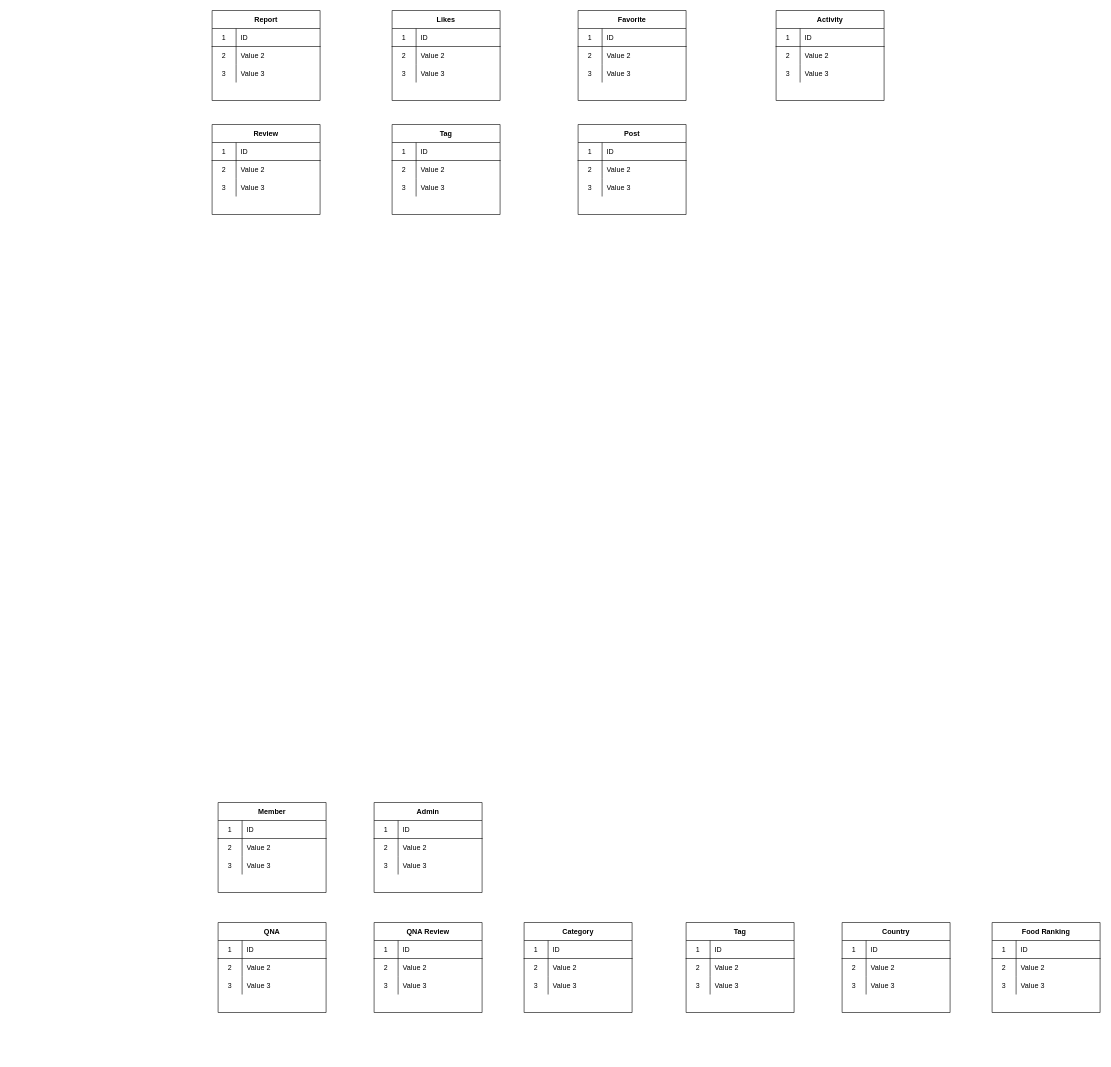
The draw.io diagram Untitled Diagram.drawio in donghyeon0725/whatShouldIEatToday, before the edit. Source tidied: cells renumbered, new cells numbered last; positions are measured from the earlier drawing's top-left corner, leaving out a move shared by most shapes. Both pictures are drawn from the tidied source at 60%, with x=0, y=0 at pixel (212, 10).
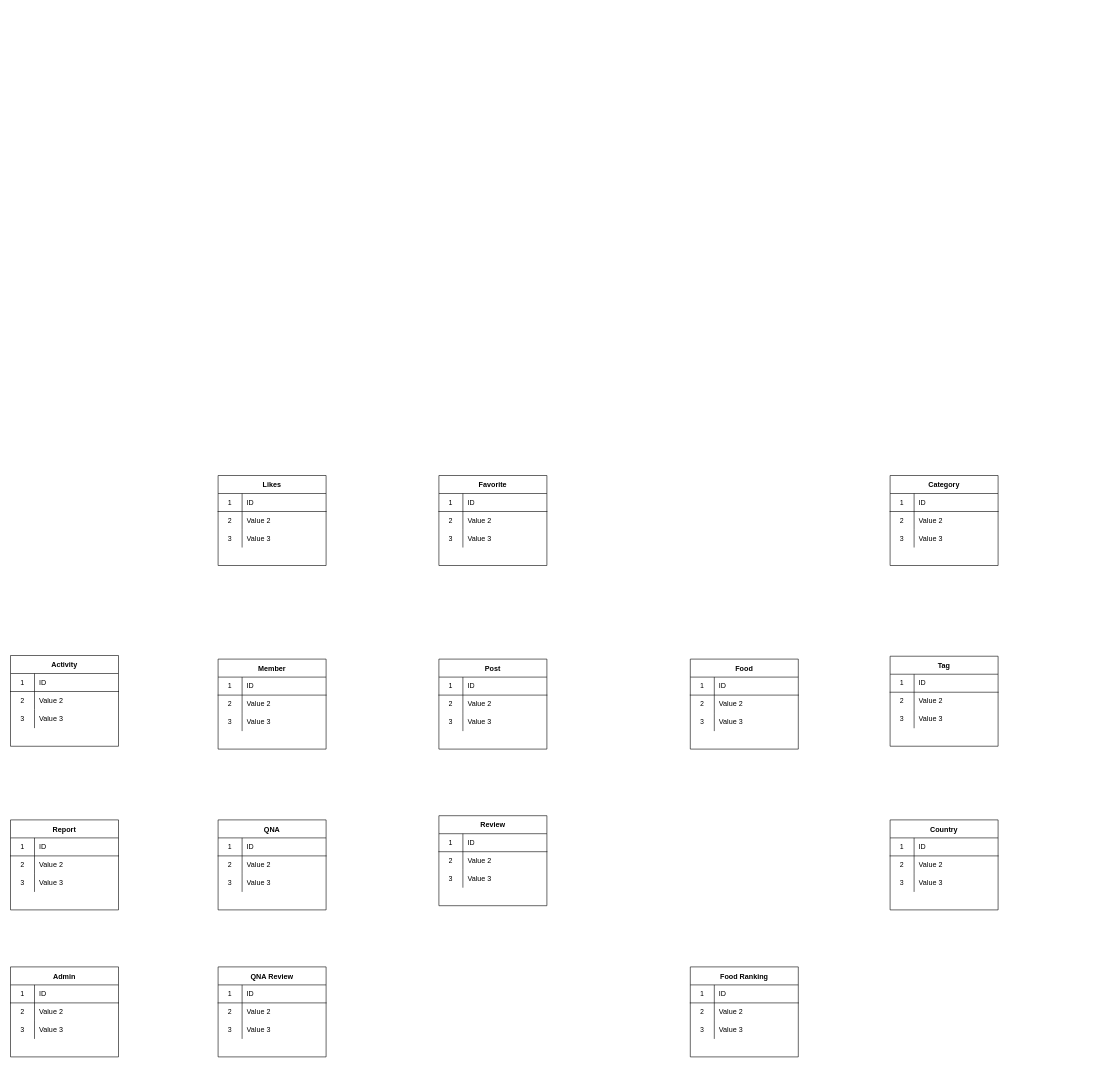
Above is the later version.

What changed in the source:
```diff
@@
     <mxCell id="2" value="Member" style="shape=table;startSize=30;childLayout=tableLayout;rowLines=0;fontStyle=1;align=center;" parent="1" vertex="1">
-      <mxGeometry x="10" y="1320" width="180" height="150" as="geometry" />
+      <mxGeometry x="10" y="1081" width="180" height="150" as="geometry" />
     </mxCell>
@@
     <mxCell id="12" value="Admin" style="shape=table;startSize=30;childLayout=tableLayout;rowLines=0;fontStyle=1;align=center;" parent="1" vertex="1">
-      <mxGeometry x="270" y="1320" width="180" height="150" as="geometry" />
+      <mxGeometry x="-336" y="1594" width="180" height="150" as="geometry" />
     </mxCell>
@@
     <mxCell id="22" value="Review" style="shape=table;startSize=30;childLayout=tableLayout;rowLines=0;fontStyle=1;align=center;" parent="1" vertex="1">
-      <mxGeometry y="190" width="180" height="150" as="geometry" />
+      <mxGeometry x="378" y="1342" width="180" height="150" as="geometry" />
     </mxCell>
@@
     <mxCell id="32" value="QNA" style="shape=table;startSize=30;childLayout=tableLayout;rowLines=0;fontStyle=1;align=center;" parent="1" vertex="1">
-      <mxGeometry x="10" y="1520" width="180" height="150" as="geometry" />
+      <mxGeometry x="10" y="1349" width="180" height="150" as="geometry" />
     </mxCell>
@@
-    <mxCell id="42" value="Tag" style="shape=table;startSize=30;childLayout=tableLayout;rowLines=0;fontStyle=1;align=center;" parent="1" vertex="1">
-      <mxGeometry x="300" y="190" width="180" height="150" as="geometry" />
-    </mxCell>
-    <mxCell id="43" style="shape=partialRectangle;html=1;whiteSpace=wrap;fillColor=none;top=0;left=0;bottom=1;right=0;" parent="42" vertex="1">
-      <mxGeometry y="30" width="180" height="30" as="geometry" />
-    </mxCell>
-    <mxCell id="44" value="1" style="shape=partialRectangle;html=1;whiteSpace=wrap;fillColor=none;top=0;left=0;bottom=0;right=0;overflow=hidden;" parent="43" vertex="1">
-      <mxGeometry width="40" height="30" as="geometry" />
-    </mxCell>
-    <mxCell id="45" value="ID" style="shape=partialRectangle;html=1;whiteSpace=wrap;fillColor=none;top=0;left=0;bottom=0;right=0;align=left;spacingLeft=6;overflow=hidden;" parent="43" vertex="1">
-      <mxGeometry x="40" width="140" height="30" as="geometry" />
-    </mxCell>
-    <mxCell id="46" style="shape=partialRectangle;html=1;whiteSpace=wrap;fillColor=none;top=0;left=0;bottom=0;right=0;" parent="42" vertex="1">
-      <mxGeometry y="60" width="180" height="30" as="geometry" />
-    </mxCell>
-    <mxCell id="47" value="2" style="shape=partialRectangle;html=1;whiteSpace=wrap;fillColor=none;top=0;left=0;bottom=0;right=0;overflow=hidden;" parent="46" vertex="1">
-      <mxGeometry width="40" height="30" as="geometry" />
-    </mxCell>
-    <mxCell id="48" value="Value 2" style="shape=partialRectangle;html=1;whiteSpace=wrap;fillColor=none;top=0;left=0;bottom=0;right=0;align=left;spacingLeft=6;overflow=hidden;" parent="46" vertex="1">
-      <mxGeometry x="40" width="140" height="30" as="geometry" />
-    </mxCell>
-    <mxCell id="49" style="shape=partialRectangle;html=1;whiteSpace=wrap;fillColor=none;top=0;left=0;bottom=0;right=0;" parent="42" vertex="1">
-      <mxGeometry y="90" width="180" height="30" as="geometry" />
-    </mxCell>
-    <mxCell id="50" value="3" style="shape=partialRectangle;html=1;whiteSpace=wrap;fillColor=none;top=0;left=0;bottom=0;right=0;overflow=hidden;" parent="49" vertex="1">
-      <mxGeometry width="40" height="30" as="geometry" />
-    </mxCell>
-    <mxCell id="51" value="Value 3" style="shape=partialRectangle;html=1;whiteSpace=wrap;fillColor=none;top=0;left=0;bottom=0;right=0;align=left;spacingLeft=6;overflow=hidden;" parent="49" vertex="1">
-      <mxGeometry x="40" width="140" height="30" as="geometry" />
-    </mxCell>
     <mxCell id="52" value="QNA Review" style="shape=table;startSize=30;childLayout=tableLayout;rowLines=0;fontStyle=1;align=center;" parent="1" vertex="1">
-      <mxGeometry x="270" y="1520" width="180" height="150" as="geometry" />
+      <mxGeometry x="10" y="1594" width="180" height="150" as="geometry" />
     </mxCell>
@@
     <mxCell id="62" value="Report" style="shape=table;startSize=30;childLayout=tableLayout;rowLines=0;fontStyle=1;align=center;" parent="1" vertex="1">
-      <mxGeometry width="180" height="150" as="geometry" />
+      <mxGeometry x="-336" y="1349" width="180" height="150" as="geometry" />
     </mxCell>
@@
     <mxCell id="72" value="Category" style="shape=table;startSize=30;childLayout=tableLayout;rowLines=0;fontStyle=1;align=center;" parent="1" vertex="1">
-      <mxGeometry x="520" y="1520" width="180" height="150" as="geometry" />
+      <mxGeometry x="1130" y="775" width="180" height="150" as="geometry" />
     </mxCell>
@@
     <mxCell id="82" value="Likes" style="shape=table;startSize=30;childLayout=tableLayout;rowLines=0;fontStyle=1;align=center;" parent="1" vertex="1">
-      <mxGeometry x="300" width="180" height="150" as="geometry" />
+      <mxGeometry x="10" y="775" width="180" height="150" as="geometry" />
     </mxCell>
@@
     <mxCell id="92" value="Tag" style="shape=table;startSize=30;childLayout=tableLayout;rowLines=0;fontStyle=1;align=center;" parent="1" vertex="1">
-      <mxGeometry x="790" y="1520" width="180" height="150" as="geometry" />
+      <mxGeometry x="1130" y="1076.2" width="180" height="150" as="geometry" />
     </mxCell>
@@
     <mxCell id="102" value="Favorite" style="shape=table;startSize=30;childLayout=tableLayout;rowLines=0;fontStyle=1;align=center;" parent="1" vertex="1">
-      <mxGeometry x="610" width="180" height="150" as="geometry" />
+      <mxGeometry x="378" y="775" width="180" height="150" as="geometry" />
     </mxCell>
@@
     <mxCell id="112" value="Country" style="shape=table;startSize=30;childLayout=tableLayout;rowLines=0;fontStyle=1;align=center;" parent="1" vertex="1">
-      <mxGeometry x="1050" y="1520" width="180" height="150" as="geometry" />
+      <mxGeometry x="1130" y="1349" width="180" height="150" as="geometry" />
     </mxCell>
@@
     <mxCell id="122" value="Post" style="shape=table;startSize=30;childLayout=tableLayout;rowLines=0;fontStyle=1;align=center;" parent="1" vertex="1">
-      <mxGeometry x="610" y="190" width="180" height="150" as="geometry" />
+      <mxGeometry x="378" y="1081" width="180" height="150" as="geometry" />
     </mxCell>
@@
     <mxCell id="132" value="Food Ranking" style="shape=table;startSize=30;childLayout=tableLayout;rowLines=0;fontStyle=1;align=center;" parent="1" vertex="1">
-      <mxGeometry x="1300" y="1520" width="180" height="150" as="geometry" />
+      <mxGeometry x="797" y="1594" width="180" height="150" as="geometry" />
     </mxCell>
@@
     <mxCell id="142" value="Activity" style="shape=table;startSize=30;childLayout=tableLayout;rowLines=0;fontStyle=1;align=center;" parent="1" vertex="1">
-      <mxGeometry x="940" width="180" height="150" as="geometry" />
+      <mxGeometry x="-336" y="1075" width="180" height="151.3" as="geometry" />
     </mxCell>
@@
     <mxCell id="149" style="shape=partialRectangle;html=1;whiteSpace=wrap;fillColor=none;top=0;left=0;bottom=0;right=0;" parent="142" vertex="1">
-      <mxGeometry y="90" width="180" height="30" as="geometry" />
+      <mxGeometry y="90" width="180" height="31" as="geometry" />
     </mxCell>
     <mxCell id="150" value="3" style="shape=partialRectangle;html=1;whiteSpace=wrap;fillColor=none;top=0;left=0;bottom=0;right=0;overflow=hidden;" parent="149" vertex="1">
-      <mxGeometry width="40" height="30" as="geometry" />
+      <mxGeometry width="40" height="31" as="geometry" />
     </mxCell>
     <mxCell id="151" value="Value 3" style="shape=partialRectangle;html=1;whiteSpace=wrap;fillColor=none;top=0;left=0;bottom=0;right=0;align=left;spacingLeft=6;overflow=hidden;" parent="149" vertex="1">
-      <mxGeometry x="40" width="140" height="30" as="geometry" />
+      <mxGeometry x="40" width="140" height="31" as="geometry" />
     </mxCell>
+    <mxCell id="152" value="Food" style="shape=table;startSize=30;childLayout=tableLayout;rowLines=0;fontStyle=1;align=center;" parent="1" vertex="1">
+      <mxGeometry x="797" y="1081" width="180" height="150" as="geometry" />
+    </mxCell>
+    <mxCell id="43" style="shape=partialRectangle;html=1;whiteSpace=wrap;fillColor=none;top=0;left=0;bottom=1;right=0;" parent="152" vertex="1">
+      <mxGeometry y="30" width="180" height="30" as="geometry" />
+    </mxCell>
+    <mxCell id="44" value="1" style="shape=partialRectangle;html=1;whiteSpace=wrap;fillColor=none;top=0;left=0;bottom=0;right=0;overflow=hidden;" parent="43" vertex="1">
+      <mxGeometry width="40" height="30" as="geometry" />
+    </mxCell>
+    <mxCell id="45" value="ID" style="shape=partialRectangle;html=1;whiteSpace=wrap;fillColor=none;top=0;left=0;bottom=0;right=0;align=left;spacingLeft=6;overflow=hidden;" parent="43" vertex="1">
+      <mxGeometry x="40" width="140" height="30" as="geometry" />
+    </mxCell>
+    <mxCell id="46" style="shape=partialRectangle;html=1;whiteSpace=wrap;fillColor=none;top=0;left=0;bottom=0;right=0;" parent="152" vertex="1">
+      <mxGeometry y="60" width="180" height="30" as="geometry" />
+    </mxCell>
+    <mxCell id="47" value="2" style="shape=partialRectangle;html=1;whiteSpace=wrap;fillColor=none;top=0;left=0;bottom=0;right=0;overflow=hidden;" parent="46" vertex="1">
+      <mxGeometry width="40" height="30" as="geometry" />
+    </mxCell>
+    <mxCell id="48" value="Value 2" style="shape=partialRectangle;html=1;whiteSpace=wrap;fillColor=none;top=0;left=0;bottom=0;right=0;align=left;spacingLeft=6;overflow=hidden;" parent="46" vertex="1">
+      <mxGeometry x="40" width="140" height="30" as="geometry" />
+    </mxCell>
+    <mxCell id="49" style="shape=partialRectangle;html=1;whiteSpace=wrap;fillColor=none;top=0;left=0;bottom=0;right=0;" parent="152" vertex="1">
+      <mxGeometry y="90" width="180" height="30" as="geometry" />
+    </mxCell>
+    <mxCell id="50" value="3" style="shape=partialRectangle;html=1;whiteSpace=wrap;fillColor=none;top=0;left=0;bottom=0;right=0;overflow=hidden;" parent="49" vertex="1">
+      <mxGeometry width="40" height="30" as="geometry" />
+    </mxCell>
+    <mxCell id="51" value="Value 3" style="shape=partialRectangle;html=1;whiteSpace=wrap;fillColor=none;top=0;left=0;bottom=0;right=0;align=left;spacingLeft=6;overflow=hidden;" parent="49" vertex="1">
+      <mxGeometry x="40" width="140" height="30" as="geometry" />
+    </mxCell>
```
